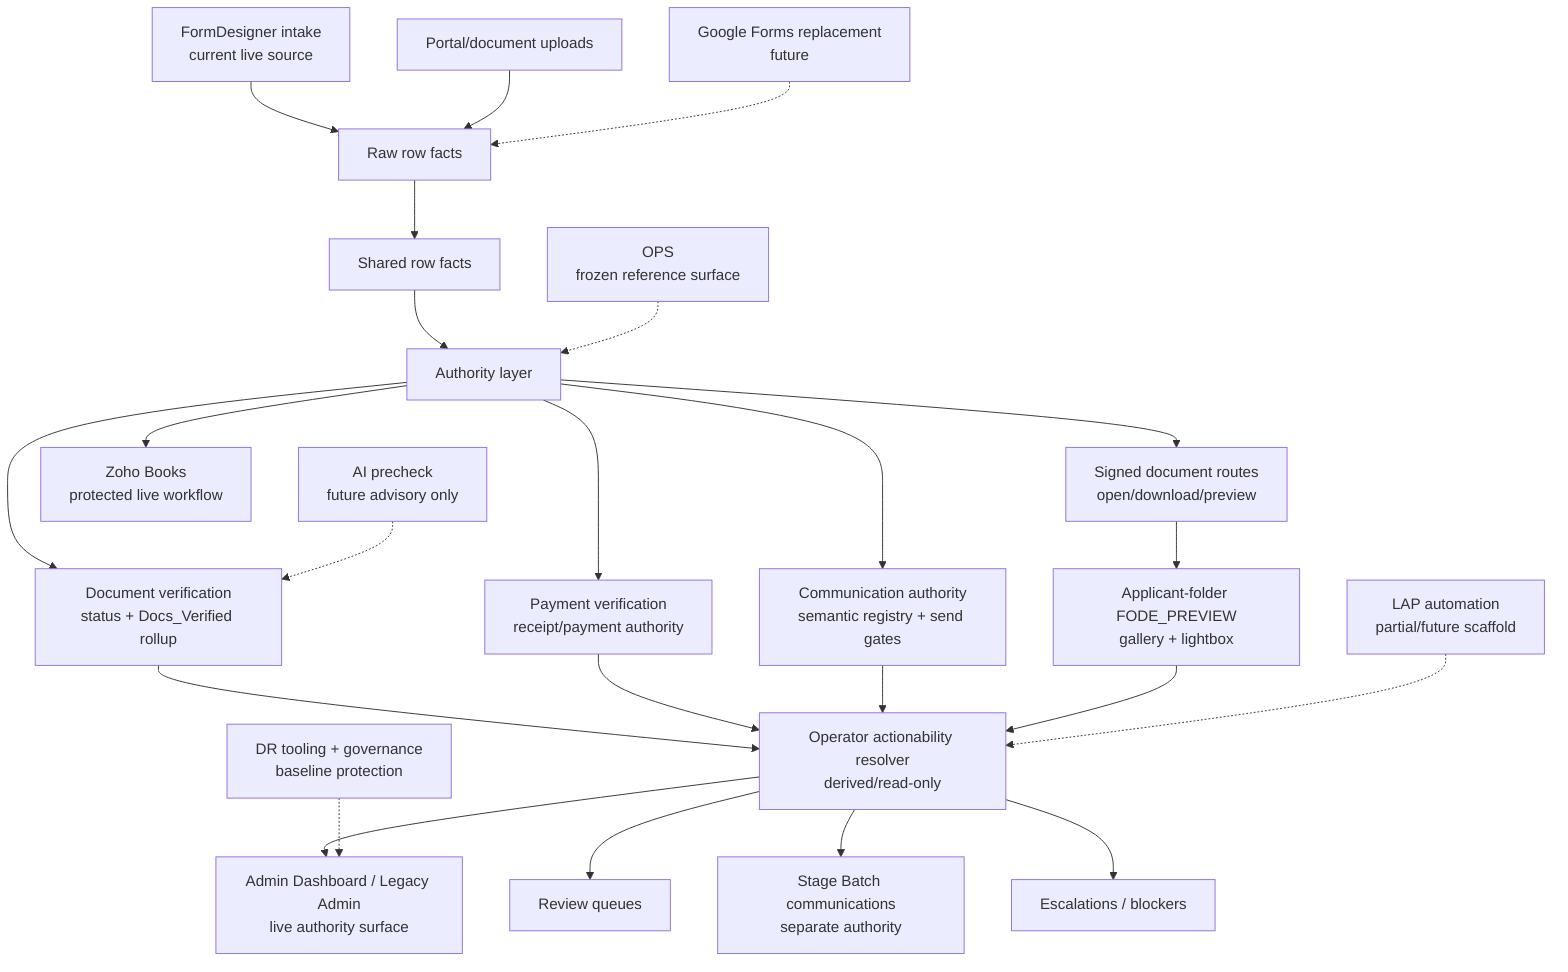
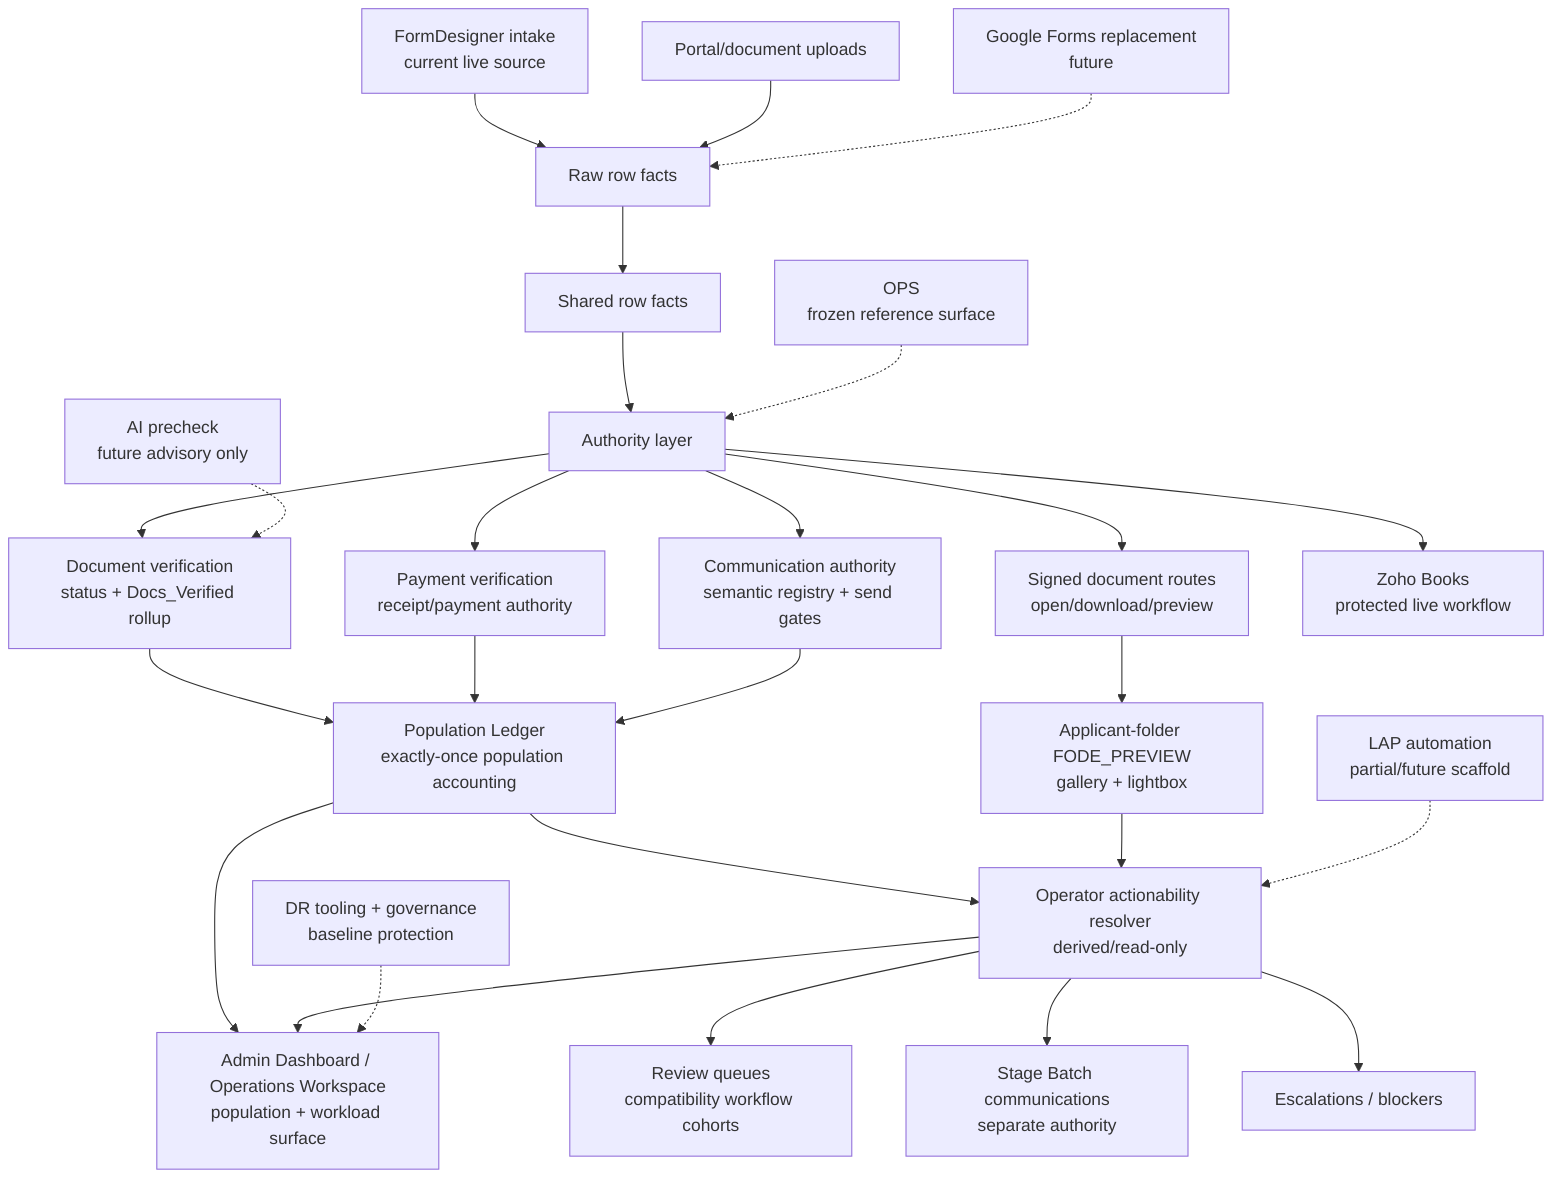
flowchart TD
  FD["FormDesigner intake<br/>current live source"] --> RF["Raw row facts"]
  PORTAL["Portal/document uploads"] --> RF
  GF["Google Forms replacement<br/>future"] -.-> RF

  RF --> SF["Shared row facts"]
  SF --> AUTH["Authority layer"]

  AUTH --> DOC["Document verification<br/>status + Docs_Verified rollup"]
  AUTH --> PAY["Payment verification<br/>receipt/payment authority"]
  AUTH --> COMM["Communication authority<br/>semantic registry + send gates"]
  AUTH --> FILES["Signed document routes<br/>open/download/preview"]
  AUTH --> ZOHO["Zoho Books<br/>protected live workflow"]

  FILES --> PREVIEW["Applicant-folder FODE_PREVIEW<br/>gallery + lightbox"]

-   DOC --> ACTION["Operator actionability resolver<br/>derived/read-only"]
-   PAY --> ACTION
-   COMM --> ACTION
+   DOC --> LEDGER["Population Ledger<br/>exactly-once population accounting"]
+   PAY --> LEDGER
+   COMM --> LEDGER
+   LEDGER --> ACTION["Operator actionability resolver<br/>derived/read-only"]
  PREVIEW --> ACTION

-   ACTION --> ADMIN["Admin Dashboard / Legacy Admin<br/>live authority surface"]
-   ACTION --> QUEUES["Review queues"]
+   LEDGER --> ADMIN["Admin Dashboard / Operations Workspace<br/>population + workload surface"]
+   ACTION --> ADMIN
+   ACTION --> QUEUES["Review queues<br/>compatibility workflow cohorts"]
  ACTION --> STAGE["Stage Batch communications<br/>separate authority"]
  ACTION --> ESC["Escalations / blockers"]

  OPS["OPS<br/>frozen reference surface"] -.-> AUTH
  DR["DR tooling + governance<br/>baseline protection"] -.-> ADMIN
  AI["AI precheck<br/>future advisory only"] -.-> DOC
  LAP["LAP automation<br/>partial/future scaffold"] -.-> ACTION
